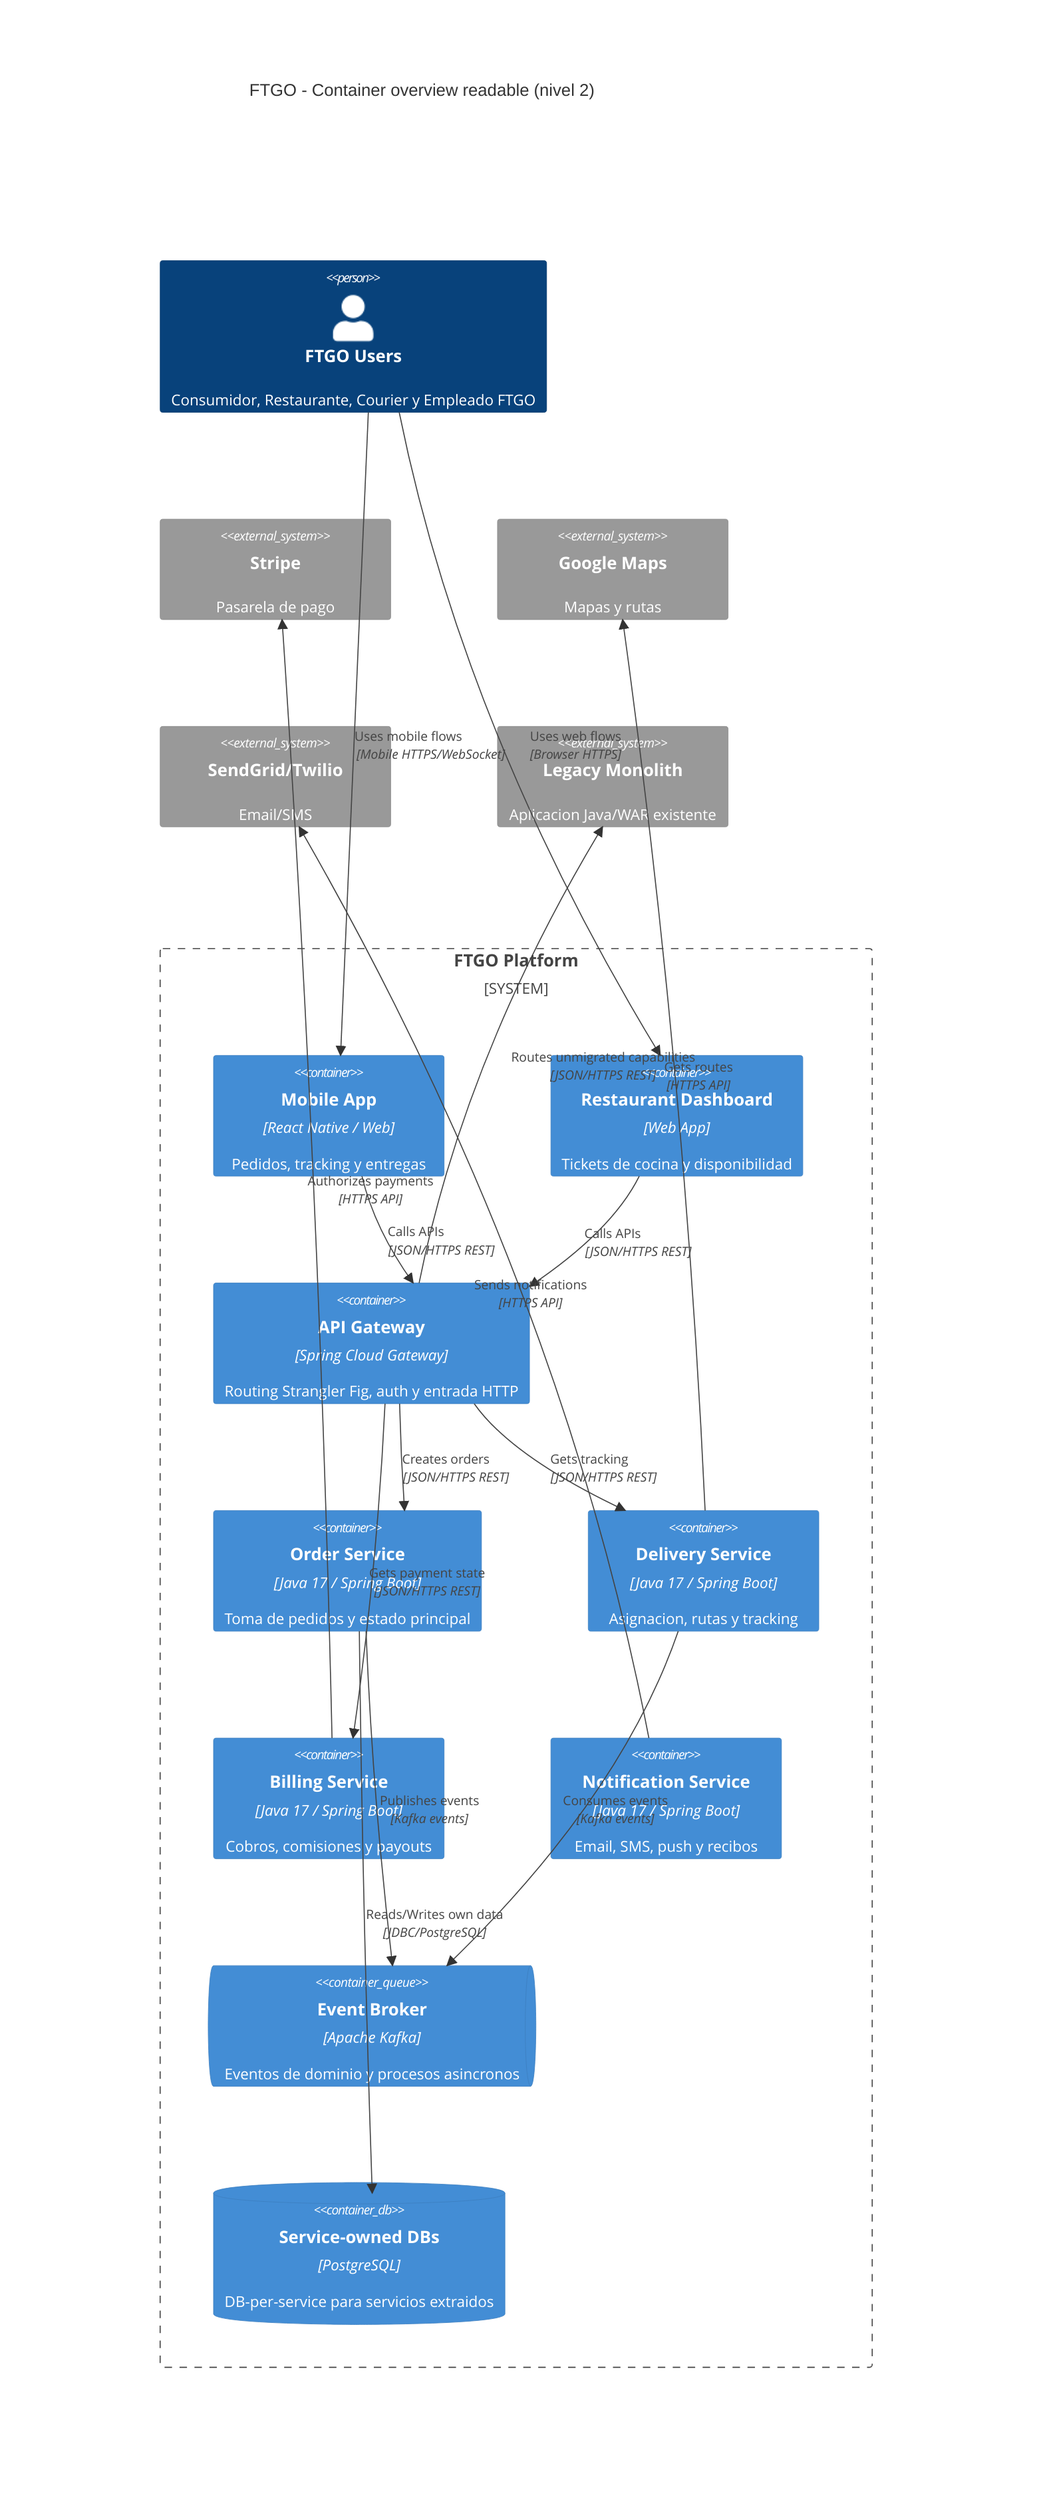
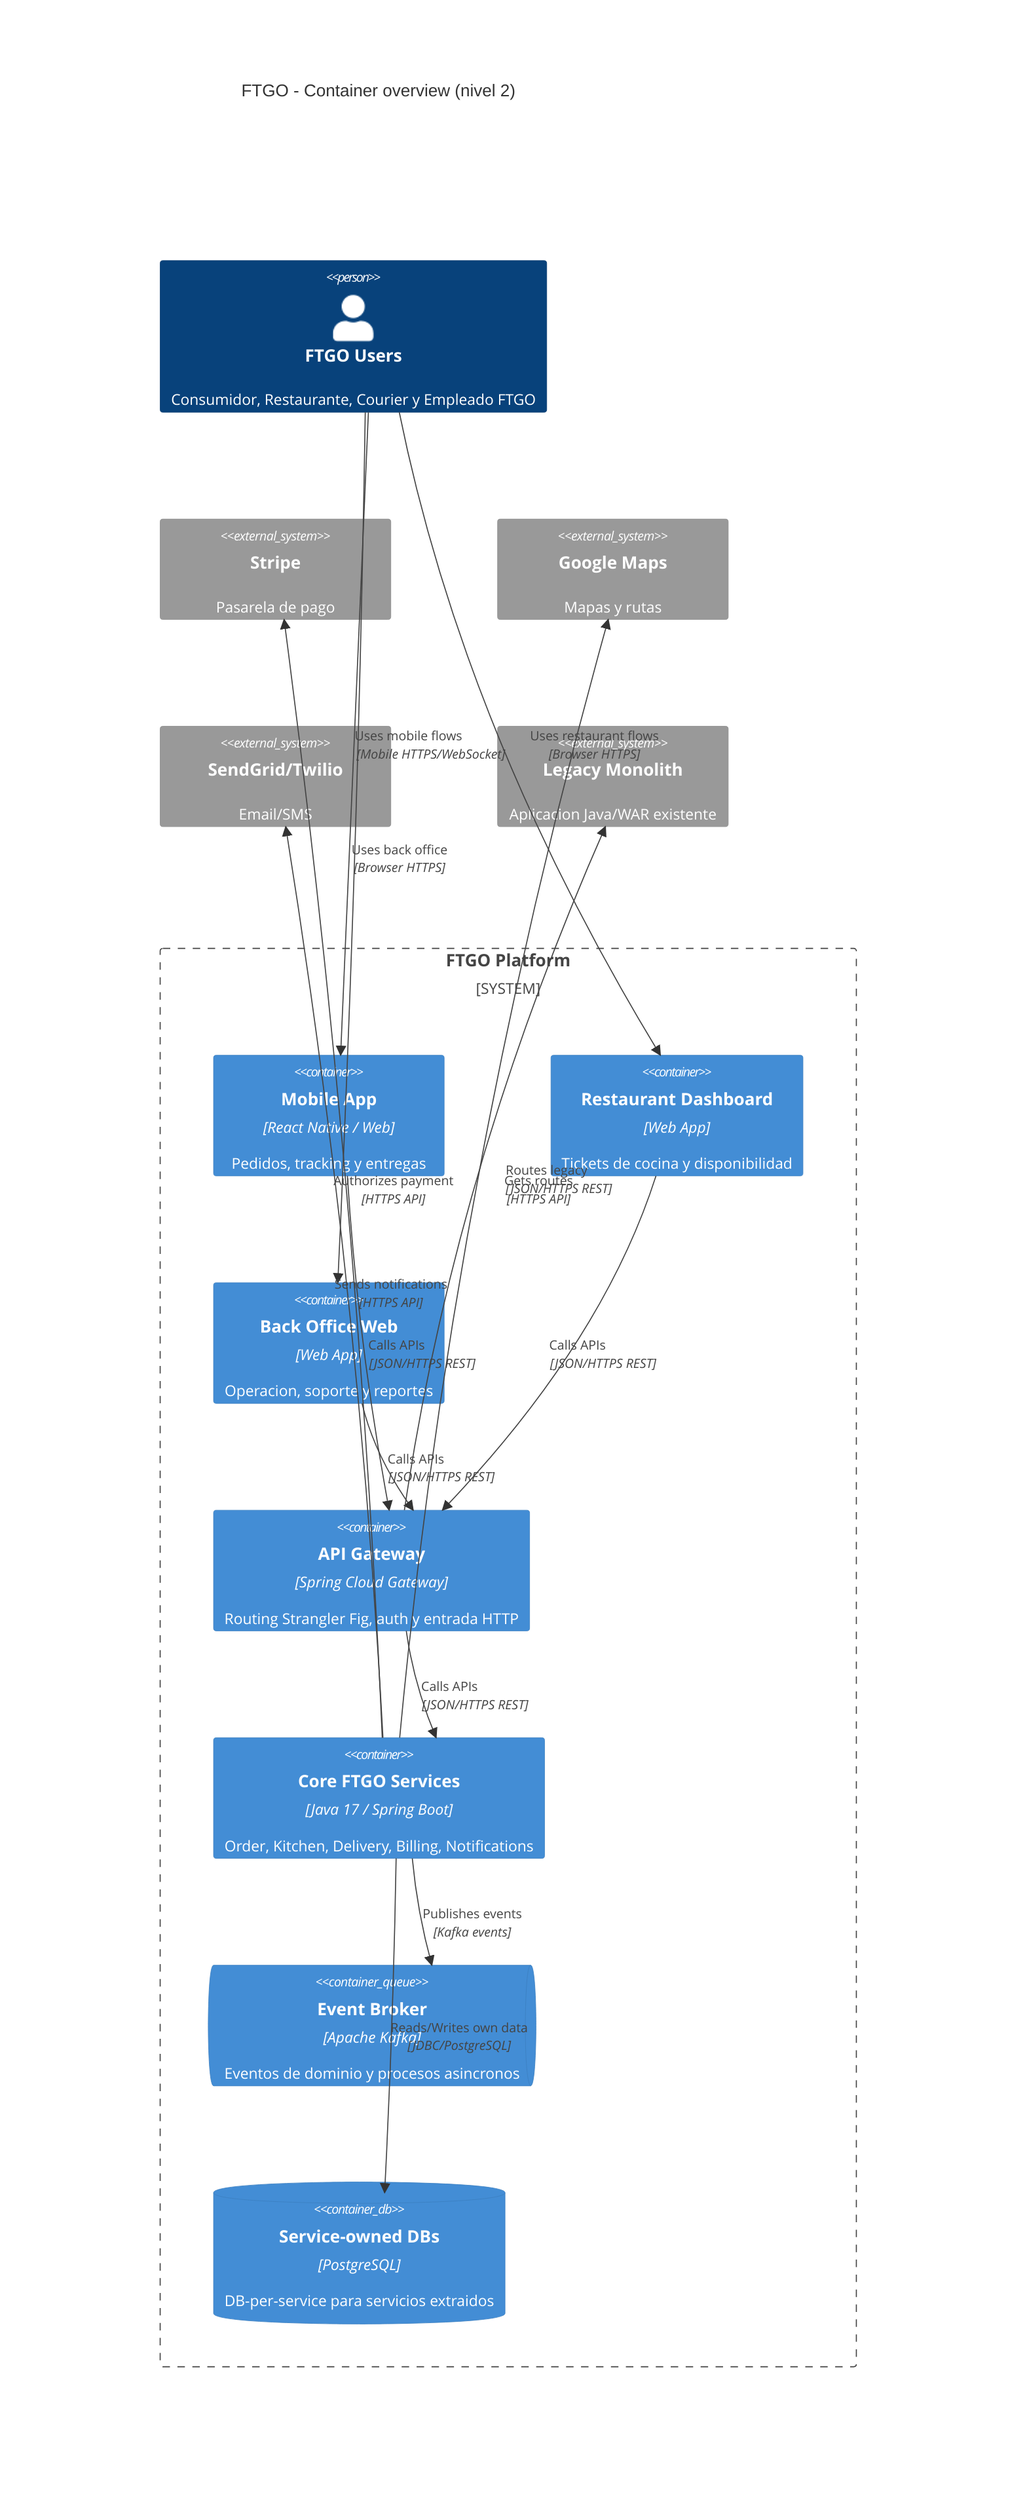
C4Container
- title FTGO - Container overview readable (nivel 2)
+ title FTGO - Container overview (nivel 2)

Person(users, "FTGO Users", "Consumidor, Restaurante, Courier y Empleado FTGO")

System_Ext(stripe, "Stripe", "Pasarela de pago")
System_Ext(google_maps, "Google Maps", "Mapas y rutas")
System_Ext(sendgrid_twilio, "SendGrid/Twilio", "Email/SMS")
System_Ext(legacy_monolith, "Legacy Monolith", "Aplicacion Java/WAR existente")

System_Boundary(ftgo, "FTGO Platform") {
  Container(mobile_app, "Mobile App", "React Native / Web", "Pedidos, tracking y entregas")
  Container(restaurant_dashboard, "Restaurant Dashboard", "Web App", "Tickets de cocina y disponibilidad")
+   Container(backoffice_web, "Back Office Web", "Web App", "Operacion, soporte y reportes")
  Container(api_gateway, "API Gateway", "Spring Cloud Gateway", "Routing Strangler Fig, auth y entrada HTTP")

-   Container(order_svc, "Order Service", "Java 17 / Spring Boot", "Toma de pedidos y estado principal")
-   Container(delivery_svc, "Delivery Service", "Java 17 / Spring Boot", "Asignacion, rutas y tracking")
-   Container(billing_svc, "Billing Service", "Java 17 / Spring Boot", "Cobros, comisiones y payouts")
-   Container(notification_svc, "Notification Service", "Java 17 / Spring Boot", "Email, SMS, push y recibos")
+   Container(core_services, "Core FTGO Services", "Java 17 / Spring Boot", "Order, Kitchen, Delivery, Billing, Notifications")
  ContainerQueue(event_broker, "Event Broker", "Apache Kafka", "Eventos de dominio y procesos asincronos")
  ContainerDb(service_dbs, "Service-owned DBs", "PostgreSQL", "DB-per-service para servicios extraidos")
}

Rel(users, mobile_app, "Uses mobile flows", "Mobile HTTPS/WebSocket")
- Rel(users, restaurant_dashboard, "Uses web flows", "Browser HTTPS")
+ Rel(users, restaurant_dashboard, "Uses restaurant flows", "Browser HTTPS")
+ Rel(users, backoffice_web, "Uses back office", "Browser HTTPS")
Rel(mobile_app, api_gateway, "Calls APIs", "JSON/HTTPS REST")
Rel(restaurant_dashboard, api_gateway, "Calls APIs", "JSON/HTTPS REST")
- Rel(api_gateway, order_svc, "Creates orders", "JSON/HTTPS REST")
- Rel(api_gateway, delivery_svc, "Gets tracking", "JSON/HTTPS REST")
- Rel(api_gateway, billing_svc, "Gets payment state", "JSON/HTTPS REST")
- Rel(api_gateway, legacy_monolith, "Routes unmigrated capabilities", "JSON/HTTPS REST")
- Rel(order_svc, event_broker, "Publishes events", "Kafka events")
- Rel(delivery_svc, event_broker, "Consumes events", "Kafka events")
- Rel(order_svc, service_dbs, "Reads/Writes own data", "JDBC/PostgreSQL")
- Rel(billing_svc, stripe, "Authorizes payments", "HTTPS API")
- Rel(delivery_svc, google_maps, "Gets routes", "HTTPS API")
- Rel(notification_svc, sendgrid_twilio, "Sends notifications", "HTTPS API")
+ Rel(backoffice_web, api_gateway, "Calls APIs", "JSON/HTTPS REST")
+ Rel(api_gateway, core_services, "Calls APIs", "JSON/HTTPS REST")
+ Rel(api_gateway, legacy_monolith, "Routes legacy", "JSON/HTTPS REST")
+ Rel(core_services, event_broker, "Publishes events", "Kafka events")
+ Rel(core_services, service_dbs, "Reads/Writes own data", "JDBC/PostgreSQL")
+ Rel(core_services, stripe, "Authorizes payment", "HTTPS API")
+ Rel(core_services, google_maps, "Gets routes", "HTTPS API")
+ Rel(core_services, sendgrid_twilio, "Sends notifications", "HTTPS API")
